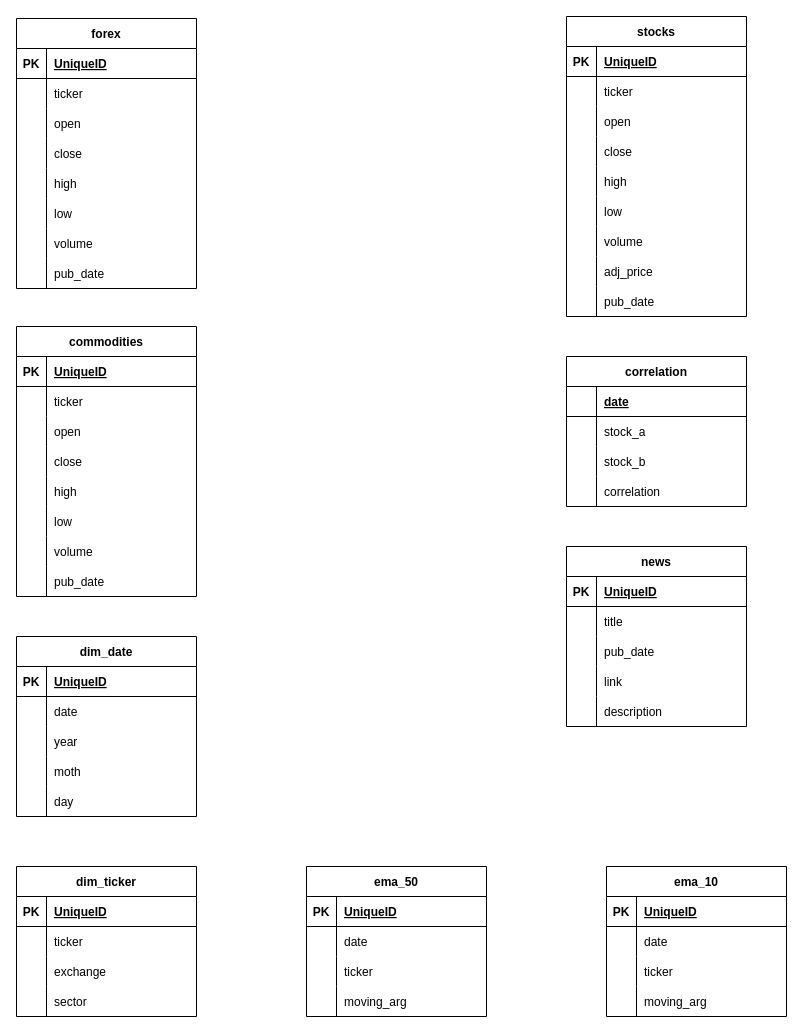
DDave98/BIDS_project keeps this draw.io diagram as Documents/diagram.drawio. Above is the earlier version. Source tidied: cells renumbered, new cells numbered last; positions are measured from the earlier drawing's top-left corner, leaving out a move shared by most shapes. Both pictures are drawn from the tidied source at 100%, with x=0, y=0 at pixel (16, 16).
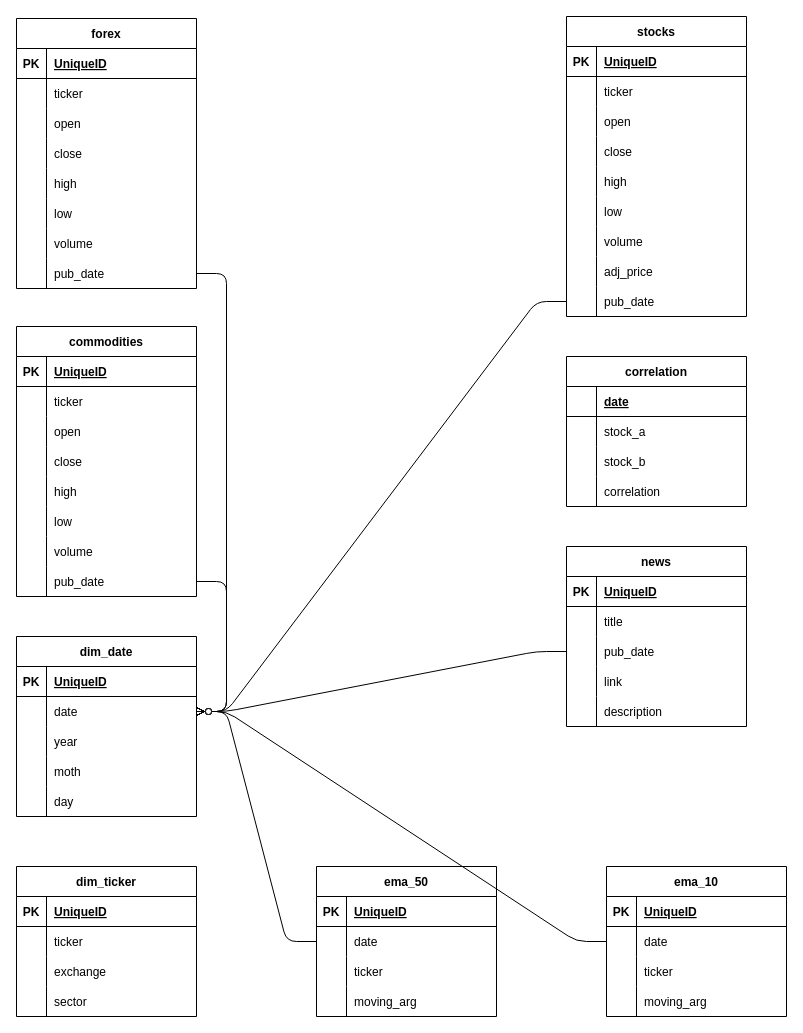
The same diagram, later.

Unchanged cells that the change refers to:
```xml
<mxCell id="24" style="shape=tableRow;horizontal=0;startSize=0;swimlaneHead=0;swimlaneBody=0;fillColor=none;points=[[0,0.5],[1,0.5]];portConstraint=eastwest;top=0;left=0;right=0;bottom=0;" parent="2" vertex="1">
  <mxGeometry y="240" width="180" height="30" as="geometry" />
</mxCell>
<mxCell id="34" style="shape=tableRow;horizontal=0;startSize=0;swimlaneHead=0;swimlaneBody=0;fillColor=none;points=[[0,0.5],[1,0.5]];portConstraint=eastwest;top=0;left=0;right=0;bottom=0;" parent="27" vertex="1">
  <mxGeometry y="90" width="180" height="30" as="geometry" />
</mxCell>
<mxCell id="47" style="shape=tableRow;horizontal=0;startSize=0;swimlaneHead=0;swimlaneBody=0;fillColor=none;points=[[0,0.5],[1,0.5]];portConstraint=eastwest;top=0;left=0;right=0;bottom=0;" parent="43" vertex="1">
  <mxGeometry y="60" width="180" height="30" as="geometry" />
</mxCell>
<mxCell id="107" style="shape=tableRow;horizontal=0;startSize=0;swimlaneHead=0;swimlaneBody=0;fillColor=none;points=[[0,0.5],[1,0.5]];portConstraint=eastwest;top=0;left=0;right=0;bottom=0;" parent="85" vertex="1">
  <mxGeometry y="240" width="180" height="30" as="geometry" />
</mxCell>
<mxCell id="135" style="shape=tableRow;horizontal=0;startSize=0;swimlaneHead=0;swimlaneBody=0;fillColor=none;points=[[0,0.5],[1,0.5]];portConstraint=eastwest;top=0;left=0;right=0;bottom=0;" parent="110" vertex="1">
  <mxGeometry y="270" width="180" height="30" as="geometry" />
</mxCell>
<mxCell id="142" style="shape=tableRow;horizontal=0;startSize=0;swimlaneHead=0;swimlaneBody=0;fillColor=none;points=[[0,0.5],[1,0.5]];portConstraint=eastwest;top=0;left=0;right=0;bottom=0;" parent="138" vertex="1">
  <mxGeometry y="60" width="180" height="30" as="geometry" />
</mxCell>
<mxCell id="155" style="shape=tableRow;horizontal=0;startSize=0;swimlaneHead=0;swimlaneBody=0;fillColor=none;points=[[0,0.5],[1,0.5]];portConstraint=eastwest;top=0;left=0;right=0;bottom=0;" parent="151" vertex="1">
  <mxGeometry y="60" width="180" height="30" as="geometry" />
</mxCell>
```

What changed in the source:
```diff
@@
     <mxCell id="151" value="ema_50" style="shape=table;startSize=30;childLayout=tableLayout;rowLines=0;fontStyle=1;align=center;" parent="1" vertex="1">
-      <mxGeometry x="290" y="850" width="180" height="150" as="geometry" />
+      <mxGeometry x="300" y="850" width="180" height="150" as="geometry" />
     </mxCell>
@@
+    <mxCell id="164" style="edgeStyle=entityRelationEdgeStyle;fontSize=12;html=1;endArrow=ERzeroToMany;endFill=1;" parent="1" edge="1" source="155" target="47">
+      <mxGeometry relative="1" as="geometry" />
+    </mxCell>
+    <mxCell id="165" style="edgeStyle=entityRelationEdgeStyle;fontSize=12;html=1;endArrow=ERzeroToMany;endFill=1;exitX=0;exitY=0.5;exitDx=0;exitDy=0;entryX=1;entryY=0.5;entryDx=0;entryDy=0;" parent="1" edge="1" source="142" target="47">
+      <mxGeometry relative="1" as="geometry" />
+    </mxCell>
+    <mxCell id="166" style="edgeStyle=entityRelationEdgeStyle;fontSize=12;html=1;endArrow=ERzeroToMany;endFill=1;exitX=0;exitY=0.5;exitDx=0;exitDy=0;entryX=1;entryY=0.5;entryDx=0;entryDy=0;" parent="1" edge="1" source="34" target="47">
+      <mxGeometry relative="1" as="geometry" />
+    </mxCell>
+    <mxCell id="167" style="edgeStyle=entityRelationEdgeStyle;fontSize=12;html=1;endArrow=ERzeroToMany;endFill=1;entryX=1;entryY=0.5;entryDx=0;entryDy=0;exitX=0;exitY=0.5;exitDx=0;exitDy=0;" parent="1" edge="1" source="135" target="47">
+      <mxGeometry relative="1" as="geometry" />
+    </mxCell>
+    <mxCell id="168" style="edgeStyle=entityRelationEdgeStyle;fontSize=12;html=1;endArrow=ERzeroToMany;endFill=1;entryX=1;entryY=0.5;entryDx=0;entryDy=0;exitX=1;exitY=0.5;exitDx=0;exitDy=0;" parent="1" edge="1" source="107" target="47">
+      <mxGeometry relative="1" as="geometry" />
+    </mxCell>
+    <mxCell id="169" style="edgeStyle=entityRelationEdgeStyle;fontSize=12;html=1;endArrow=ERzeroToMany;endFill=1;exitX=1;exitY=0.5;exitDx=0;exitDy=0;entryX=1;entryY=0.5;entryDx=0;entryDy=0;" parent="1" edge="1" source="24" target="47">
+      <mxGeometry relative="1" as="geometry" />
+    </mxCell>
```
